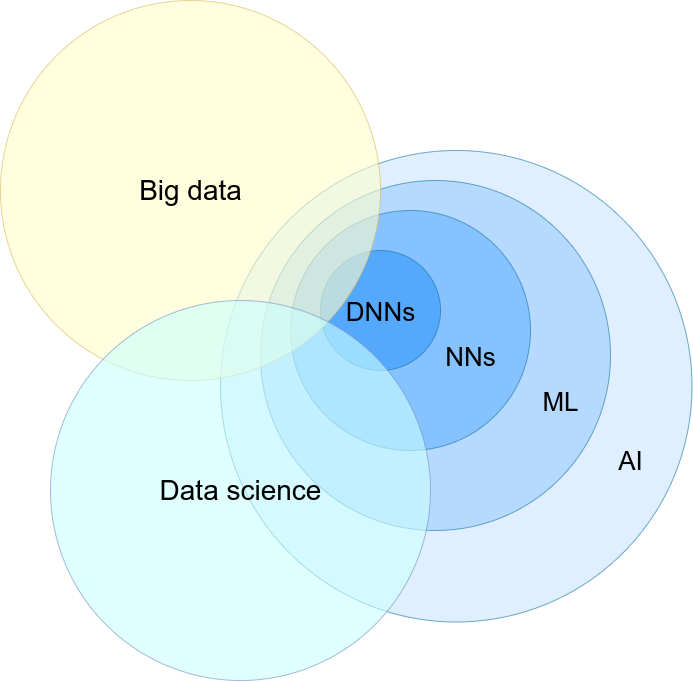
The draw.io diagram diagrams/ai_vs_ml_vs_nn_vs_dl_vs_ds_vs_big_data.drawio.png in ryndovaira-org/data_science_lectures, before a commit. Source tidied: cells renumbered, new cells last; positions are measured from the earlier drawing's top-left corner, leaving out a move shared by most shapes.
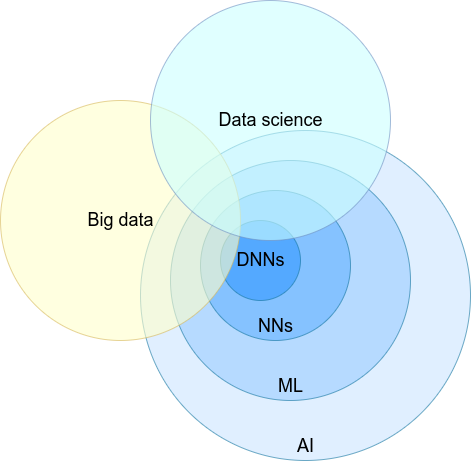
Above is the later version.

The edit, as a diff of the source:
```diff
@@ -1,45 +1,27 @@
 <mxGraphModel>
   <root>
     <mxCell id="0" />
-    <mxCell id="1" parent="0" />
-    <mxCell id="2" value="AI" parent="0" />
-    <mxCell id="3" style="group;" parent="2" vertex="1">
-      <mxGeometry x="220" y="150" width="471.5" height="471.5" as="geometry" />
-    </mxCell>
+    <mxCell id="19" value="Untitled Layer" parent="0" />
+    <mxCell id="20" style="group;" parent="19" vertex="1">
+      <mxGeometry x="-400" y="-960" width="470" height="460" as="geometry" />
+    </mxCell>
-    <mxCell id="4" style="ellipse;fillColor=#CCE5FF;opacity=60;strokeColor=#10739e;html=1;" parent="3" vertex="1">
-      <mxGeometry width="471.5" height="471.5" as="geometry" />
+    <mxCell id="4" value="AI" style="ellipse;fillColor=#CCE5FF;opacity=60;strokeColor=#10739e;html=1;fontSize=18;verticalAlign=bottom;" parent="20" vertex="1">
+      <mxGeometry x="140" y="130" width="330" height="330" as="geometry" />
     </mxCell>
-    <mxCell id="5" value="AI" style="text;align=center;html=1;fontColor=#000000;fontSize=26;" parent="3" vertex="1">
-      <mxGeometry x="390" y="288.5" width="40" height="40" as="geometry" />
-    </mxCell>
-    <mxCell id="6" value="ML" parent="0" />
-    <mxCell id="7" style="ellipse;fillColor=#99CCFF;opacity=60;strokeColor=#10739e;html=1;" parent="6" vertex="1">
-      <mxGeometry x="260" y="180" width="350" height="350" as="geometry" />
+    <mxCell id="7" value="ML" style="ellipse;fillColor=#99CCFF;opacity=60;strokeColor=#10739e;html=1;fontSize=18;verticalAlign=bottom;" parent="20" vertex="1">
+      <mxGeometry x="170" y="160" width="240" height="240" as="geometry" />
     </mxCell>
-    <mxCell id="8" value="ML" style="text;align=center;html=1;fontColor=#000000;fontSize=26;" parent="6" vertex="1">
-      <mxGeometry x="540" y="380" width="40" height="40" as="geometry" />
-    </mxCell>
-    <mxCell id="9" value="NNs" parent="0" />
-    <mxCell id="10" style="ellipse;fillColor=#66B2FF;opacity=60;strokeColor=#10739e;html=1;" parent="9" vertex="1">
-      <mxGeometry x="290" y="210" width="240" height="240" as="geometry" />
+    <mxCell id="10" value="NNs" style="ellipse;fillColor=#66B2FF;opacity=60;strokeColor=#10739e;html=1;fontSize=18;align=center;verticalAlign=bottom;labelPosition=center;verticalLabelPosition=middle;" parent="20" vertex="1">
+      <mxGeometry x="200" y="190" width="150" height="150" as="geometry" />
     </mxCell>
-    <mxCell id="11" value="NNs" style="text;align=center;html=1;fontColor=#000000;fontSize=26;" parent="9" vertex="1">
-      <mxGeometry x="450" y="335" width="40" height="40" as="geometry" />
-    </mxCell>
-    <mxCell id="12" value="DNNs" parent="0" />
-    <mxCell id="13" style="ellipse;fillColor=#3399FF;opacity=60;strokeColor=#10739e;html=1;" parent="12" vertex="1">
-      <mxGeometry x="320" y="250" width="120" height="120" as="geometry" />
+    <mxCell id="13" value="DNNs" style="ellipse;fillColor=#3399FF;opacity=60;strokeColor=#10739e;html=1;fontSize=18;" parent="20" vertex="1">
+      <mxGeometry x="220" y="220" width="80" height="80" as="geometry" />
     </mxCell>
-    <mxCell id="14" value="DNNs" style="text;align=center;html=1;fontColor=#000000;fontSize=26;" parent="12" vertex="1">
-      <mxGeometry x="360" y="290" width="40" height="40" as="geometry" />
-    </mxCell>
-    <mxCell id="15" value="BD" parent="0" />
-    <mxCell id="16" value="&lt;font style=&quot;font-size: 28px;&quot;&gt;Big data&lt;/font&gt;" style="ellipse;fillColor=#FFFFCC;opacity=60;html=1;strokeColor=#d6b656;fontSize=28;fontColor=#000000;" parent="15" vertex="1">
-      <mxGeometry width="380" height="380" as="geometry" />
+    <mxCell id="16" value="Big data" style="ellipse;fillColor=#FFFFCC;opacity=60;html=1;strokeColor=#d6b656;fontSize=18;fontColor=#000000;" parent="20" vertex="1">
+      <mxGeometry y="100" width="240" height="240" as="geometry" />
     </mxCell>
-    <mxCell id="17" value="DS" parent="0" />
-    <mxCell id="18" value="&lt;font style=&quot;font-size: 28px;&quot;&gt;Data science&lt;/font&gt;" style="ellipse;opacity=60;html=1;fillColor=#CCFFFF;strokeColor=#6c8ebf;fontSize=28;fontColor=#000000;" parent="17" vertex="1">
-      <mxGeometry x="50" y="300" width="380" height="380" as="geometry" />
+    <mxCell id="18" value="&lt;font style=&quot;font-size: 18px;&quot;&gt;Data science&lt;/font&gt;" style="ellipse;opacity=60;html=1;fillColor=#CCFFFF;strokeColor=#6c8ebf;fontSize=18;fontColor=#000000;" parent="20" vertex="1">
+      <mxGeometry x="150" width="240" height="240" as="geometry" />
     </mxCell>
   </root>
 </mxGraphModel>
```
